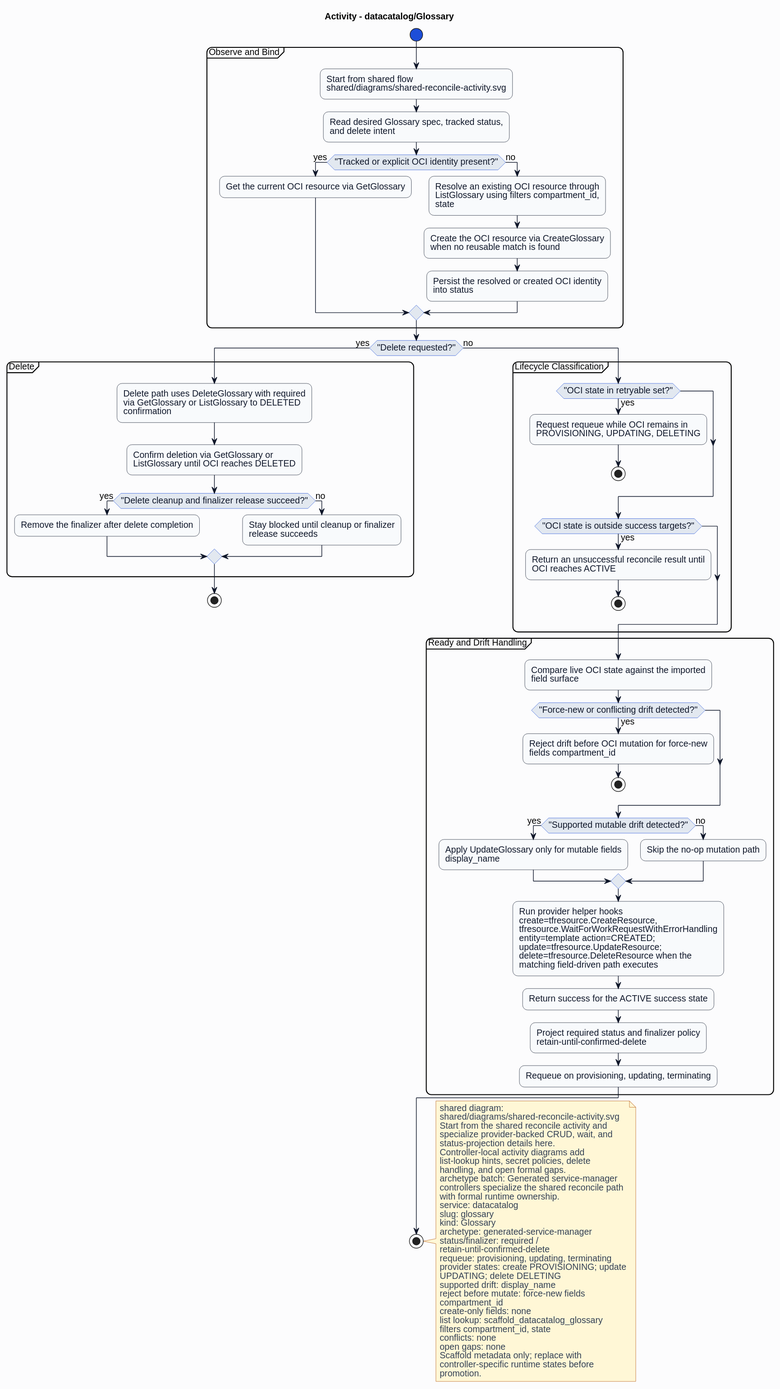
This is formal/controllers/datacatalog/glossary/diagrams/activity.svg from HaoyL666/oci-service-operator, a PlantUML export, as it was before one commit.
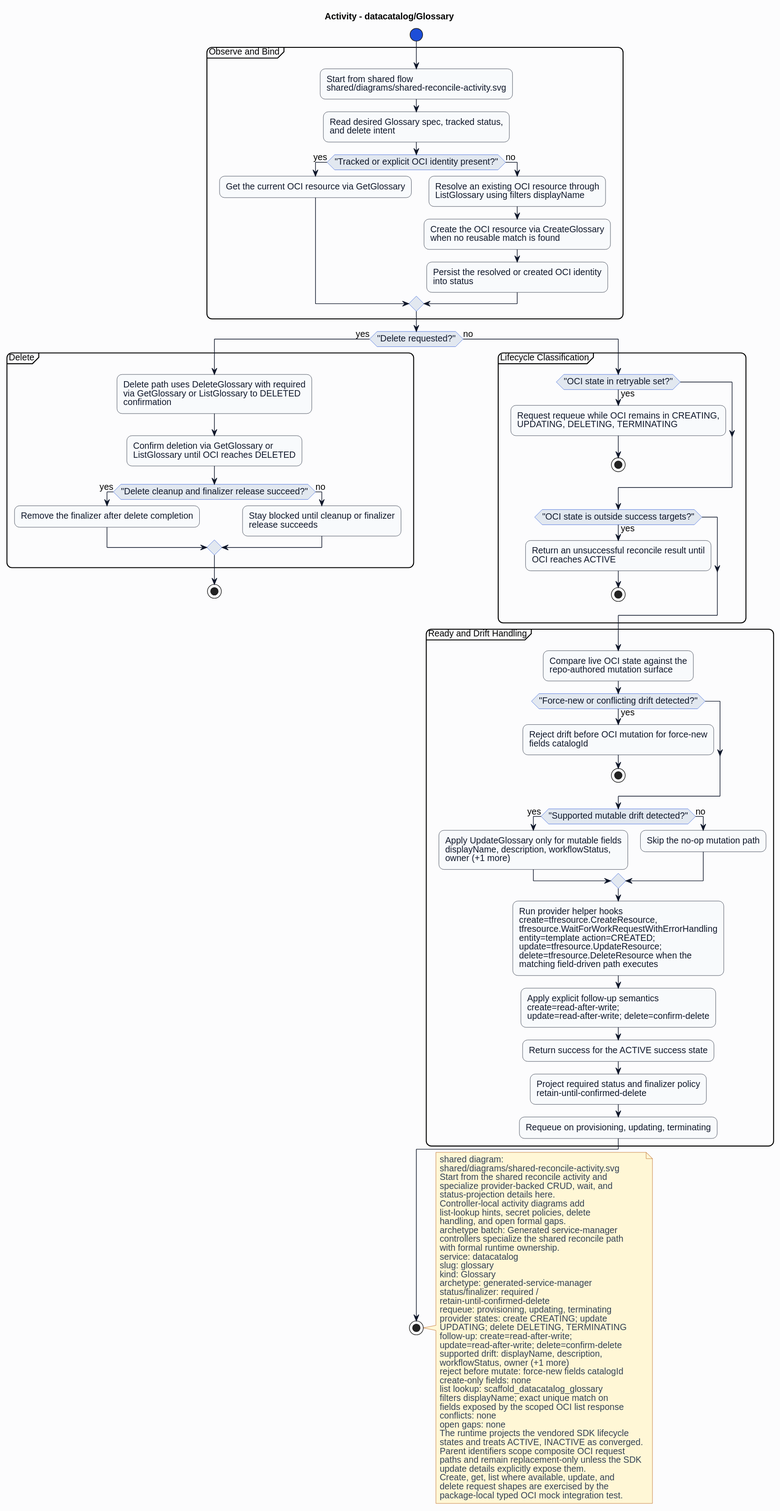
Above is the later version.

Change to the diagram source:
```diff
@@ -27,7 +27,7 @@
 if ("Tracked or explicit OCI identity present?") then (yes)
 :Get the current OCI resource via GetGlossary;
 else (no)
-:Resolve an existing OCI resource through\nListGlossary using filters compartment_id,\nstate;
+:Resolve an existing OCI resource through\nListGlossary using filters displayName;
 :Create the OCI resource via CreateGlossary\nwhen no reusable match is found;
 :Persist the resolved or created OCI identity\ninto status;
 endif
@@ -46,7 +46,7 @@
 else (no)
 partition "Lifecycle Classification" {
 if ("OCI state in retryable set?") then (yes)
-:Request requeue while OCI remains in\nPROVISIONING, UPDATING, DELETING;
+:Request requeue while OCI remains in CREATING,\nUPDATING, DELETING, TERMINATING;
 stop
 endif
 if ("OCI state is outside success targets?") then (yes)
@@ -55,17 +55,18 @@
 endif
 }
 partition "Ready and Drift Handling" {
-:Compare live OCI state against the imported\nfield surface;
+:Compare live OCI state against the\nrepo-authored mutation surface;
 if ("Force-new or conflicting drift detected?") then (yes)
-:Reject drift before OCI mutation for force-new\nfields compartment_id;
+:Reject drift before OCI mutation for force-new\nfields catalogId;
 stop
 endif
 if ("Supported mutable drift detected?") then (yes)
-:Apply UpdateGlossary only for mutable fields\ndisplay_name;
+:Apply UpdateGlossary only for mutable fields\ndisplayName, description, workflowStatus,\nowner (+1 more);
 else (no)
 :Skip the no-op mutation path;
 endif
 :Run provider helper hooks\ncreate=tfresource.CreateResource,\ntfresource.WaitForWorkRequestWithErrorHandling\nentity=template action=CREATED;\nupdate=tfresource.UpdateResource;\ndelete=tfresource.DeleteResource when the\nmatching field-driven path executes;
+:Apply explicit follow-up semantics\ncreate=read-after-write;\nupdate=read-after-write; delete=confirm-delete;
 :Return success for the ACTIVE success state;
 :Project required status and finalizer policy\nretain-until-confirmed-delete;
 :Requeue on provisioning, updating, terminating;
@@ -91,18 +92,26 @@
 status/finalizer: required /
 retain-until-confirmed-delete
 requeue: provisioning, updating, terminating
-provider states: create PROVISIONING; update
-UPDATING; delete DELETING
-supported drift: display_name
-reject before mutate: force-new fields
-compartment_id
+provider states: create CREATING; update
+UPDATING; delete DELETING, TERMINATING
+follow-up: create=read-after-write;
+update=read-after-write; delete=confirm-delete
+supported drift: displayName, description,
+workflowStatus, owner (+1 more)
+reject before mutate: force-new fields catalogId
 create-only fields: none
 list lookup: scaffold_datacatalog_glossary
-filters compartment_id, state
+filters displayName; exact unique match on
+fields exposed by the scoped OCI list response
 conflicts: none
 open gaps: none
-Scaffold metadata only; replace with
-controller-specific runtime states before
-promotion.
+The runtime projects the vendored SDK lifecycle
+states and treats ACTIVE, INACTIVE as converged.
+Parent identifiers scope composite OCI request
+paths and remain replacement-only unless the SDK
+update details explicitly expose them.
+Create, get, list where available, update, and
+delete request shapes are exercised by the
+package-local typed OCI mock integration test.
 end note
 @enduml
```
